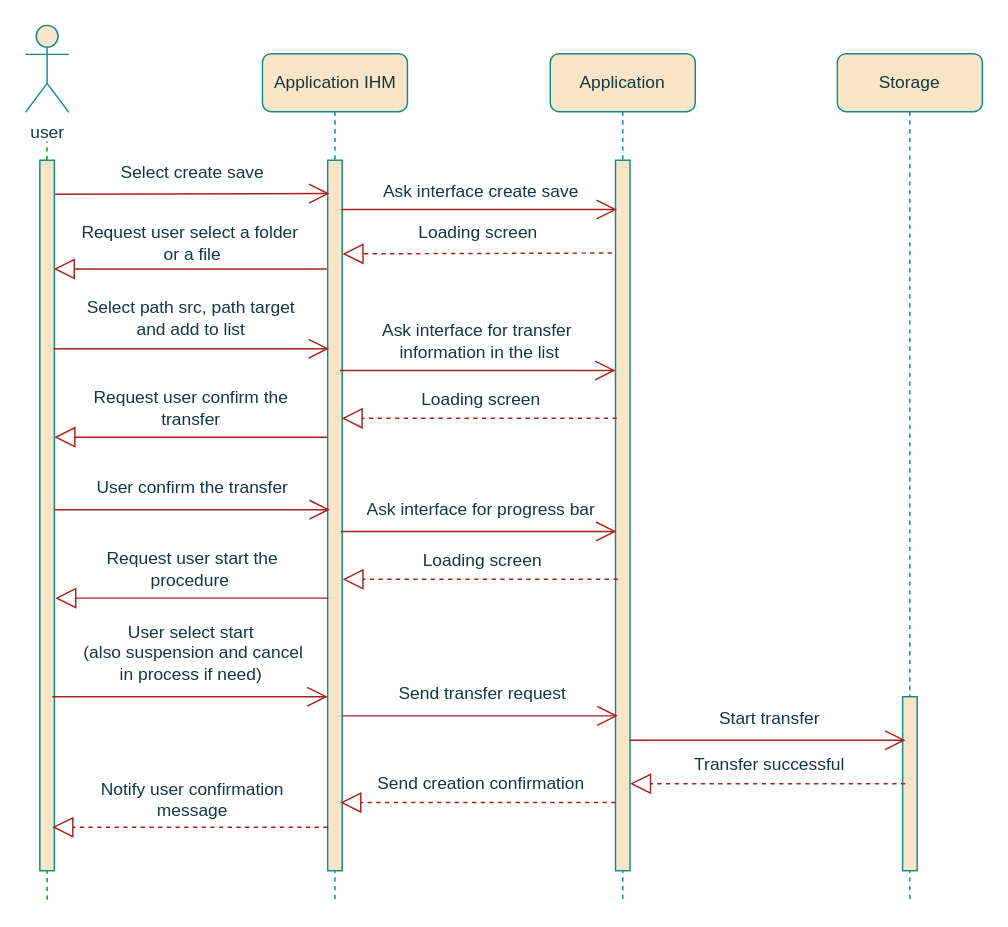
Above: EasySave3.0 Create Save.drawio in Weicheng178/UML (draw.io), before the change. Source tidied: cells renumbered, new cells numbered last; positions are measured from the earlier drawing's top-left corner, leaving out a move shared by most shapes. Both pictures are drawn from the tidied source at 145%, with x=0, y=0 at pixel (25, 25).
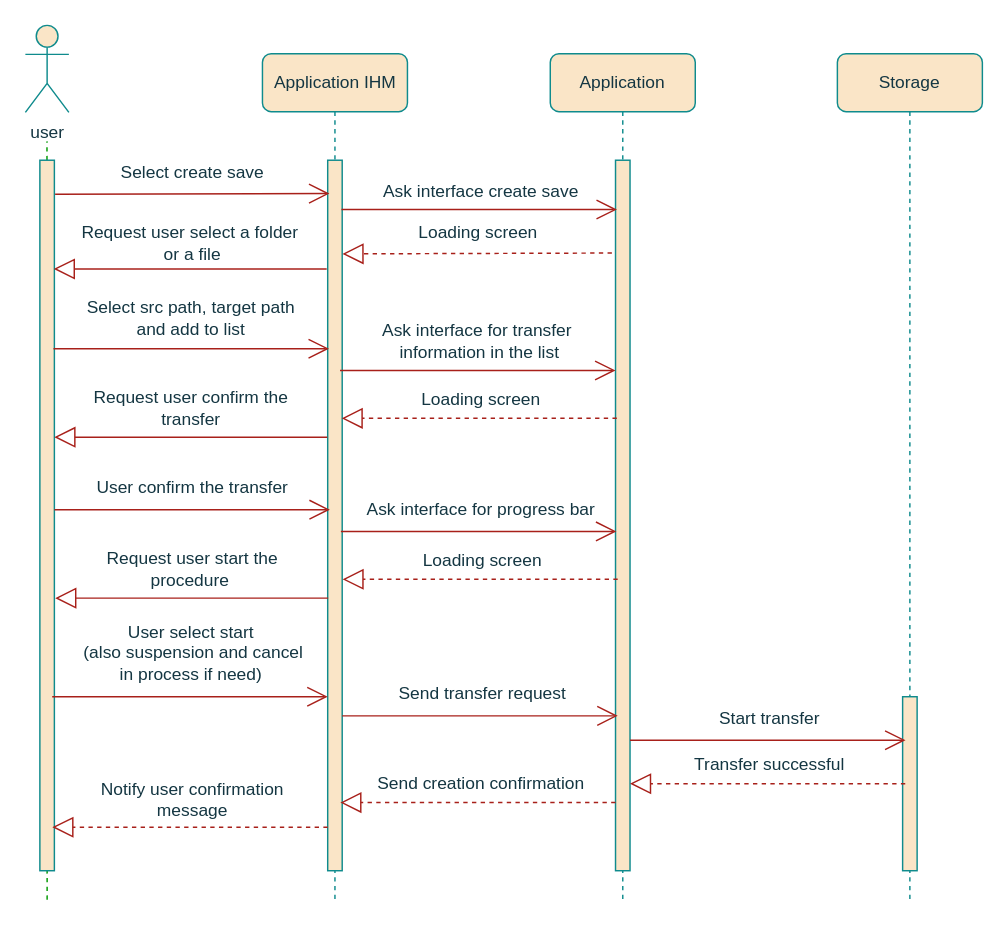
After the change.

Diff of the diagram source:
```diff
@@
-    <mxCell id="15" value="Select path src, path target&lt;br&gt;and add to list" style="text;html=1;align=center;verticalAlign=middle;strokeColor=none;fillColor=none;rounded=1;fontColor=#143642;" parent="1" vertex="1">
+    <mxCell id="15" value="Select src path, target path&lt;br&gt;and add to list" style="text;html=1;align=center;verticalAlign=middle;strokeColor=none;fillColor=none;rounded=1;fontColor=#143642;" parent="1" vertex="1">
       <mxGeometry x="29.4" y="182" width="170" height="40" as="geometry" />
     </mxCell>
```
